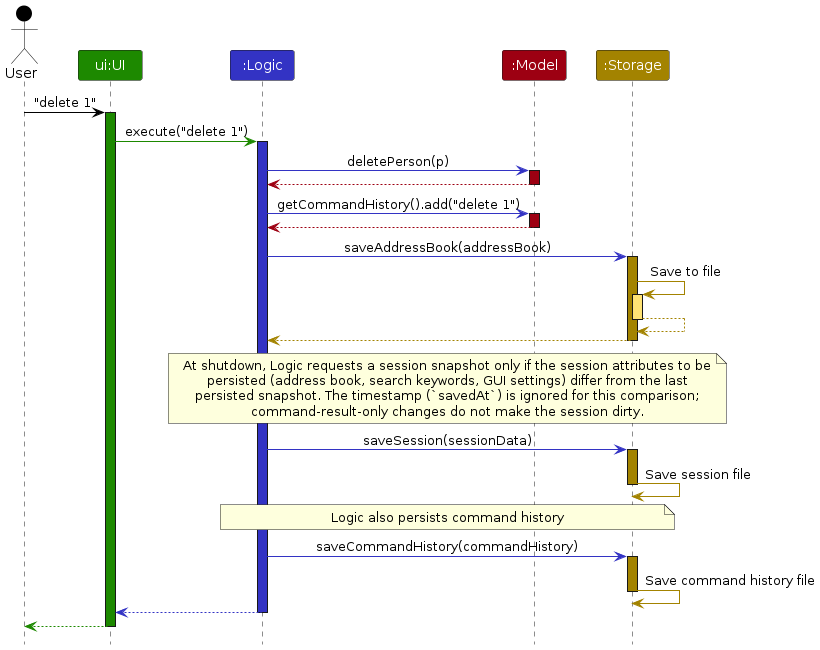
Before: diagrams/ArchitectureSequenceDiagram.png, a diagram exported from PlantUML (AY2526S1-CS2103T-T13-2/tp). Its source is kept beside it as diagrams/ArchitectureSequenceDiagram.puml.
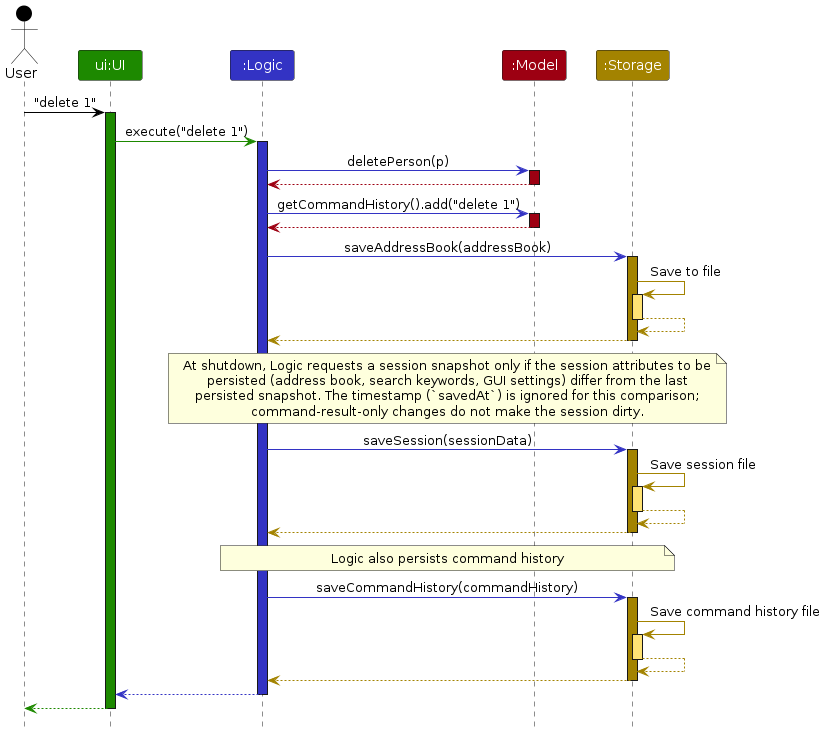
Later version of the same file.

What changed in the source:
```diff
@@ -41,15 +41,27 @@
 persisted snapshot. The timestamp (`savedAt`) is ignored for this comparison;
 command-result-only changes do not make the session dirty.
 end note
+
 logic -[LOGIC_COLOR]> storage : saveSession(sessionData)
 activate storage STORAGE_COLOR
+
 storage -[STORAGE_COLOR]> storage : Save session file
+activate storage STORAGE_COLOR_T1
+storage --[STORAGE_COLOR]> storage
+deactivate storage
+storage --[STORAGE_COLOR]> logic
 deactivate storage
 
 note over logic,storage: Logic also persists command history
+
 logic -[LOGIC_COLOR]> storage : saveCommandHistory(commandHistory)
 activate storage STORAGE_COLOR
+
 storage -[STORAGE_COLOR]> storage : Save command history file
+activate storage STORAGE_COLOR_T1
+storage --[STORAGE_COLOR]> storage
+deactivate storage
+storage --[STORAGE_COLOR]> logic
 deactivate storage
 
 logic --[LOGIC_COLOR]> ui
```
